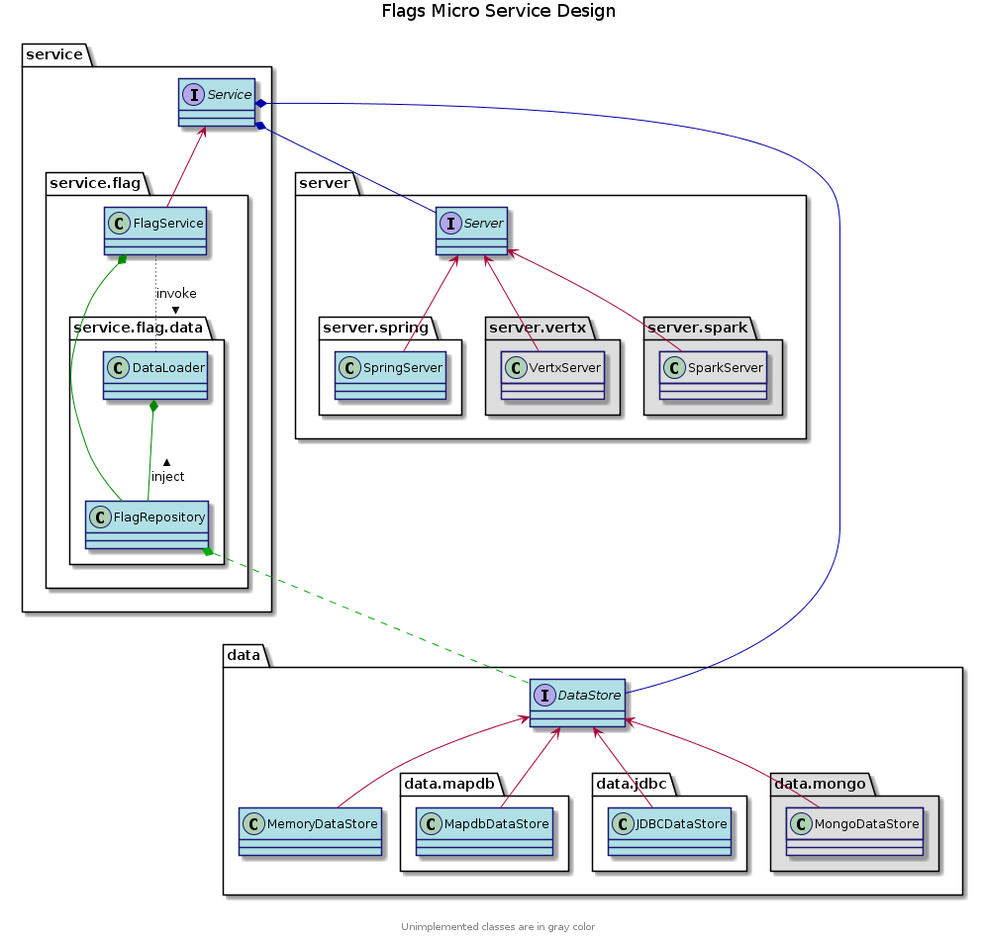
The PlantUML diagram flags.png in hackorama/flagdesign, before a commit.
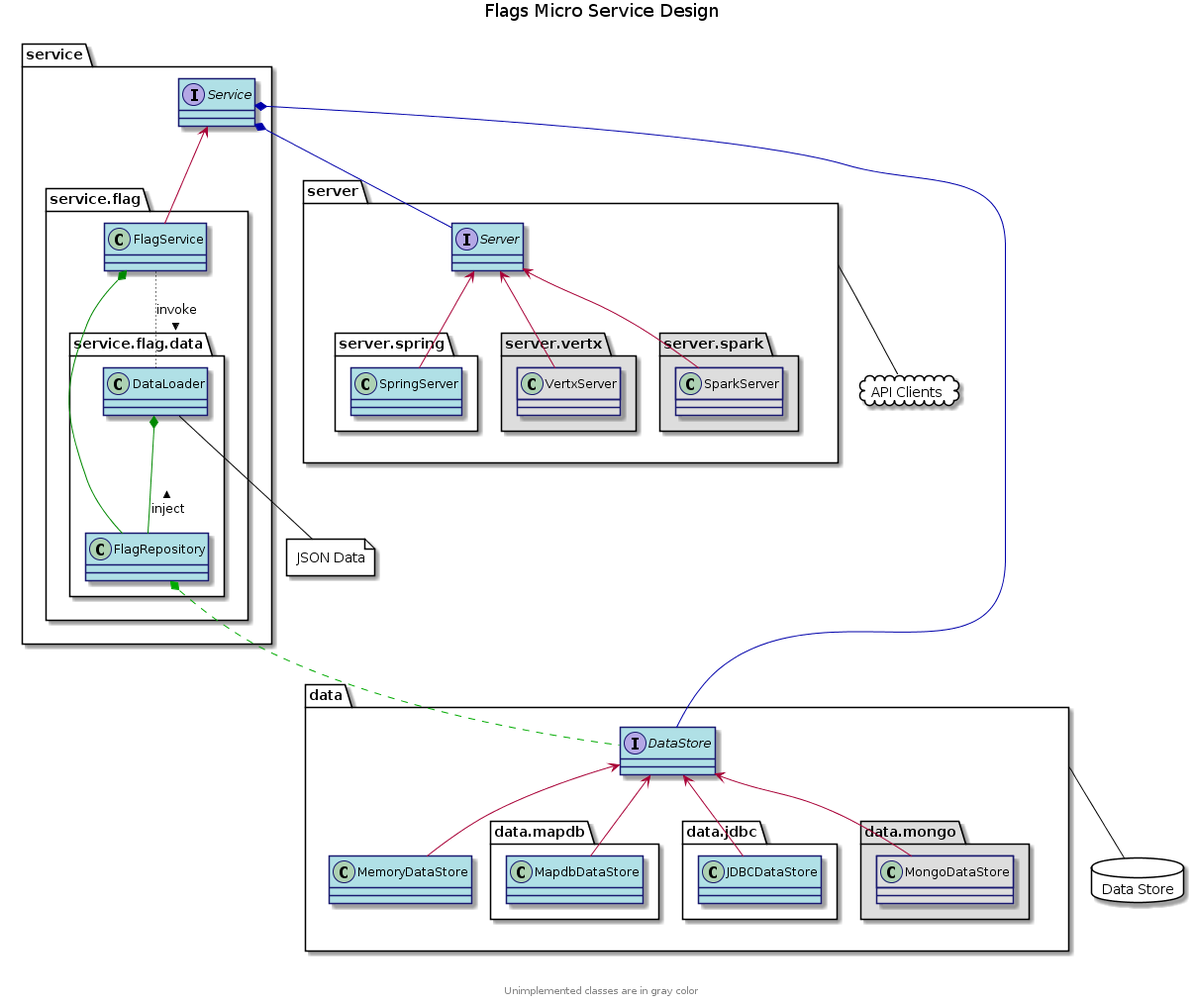
After the commit.

Commit message:
Adding external modules

What changed in the source:
```diff
@@ -1,12 +1,16 @@
 @startuml
 
 skinparam {
-  InterfaceBackgroundColor #FF0000
-  InterfaceBorderColor #00FF00
-
   ClassBackgroundColor powderBlue
   ClassBorderColor midnightBlue
 }
+
+allow_mixing
+
+title
+  Flags Micro Service Design
+end title
+
 
 package service {
   interface Service
@@ -20,6 +24,7 @@
     }
   }
 }
+
 
 package server {
   interface Server
@@ -38,6 +43,7 @@
 }
 
 
+
 package data {
   interface DataStore
 
@@ -54,6 +60,14 @@
   }
 }
 
+
+database "Data Store" #FFFFFF
+
+file "JSON Data" #FFFFFF
+
+cloud "API Clients" #FFFFFF
+
+
 Service <-- FlagService
 
 Server <-- SpringServer
@@ -65,7 +79,6 @@
 DataStore <-- JDBCDataStore
 DataStore <-- MongoDataStore
 
-
 FlagService *-[#008800]- FlagRepository
 FlagService -[#000000,dotted]- DataLoader : invoke >
 DataLoader *-[#008800]- FlagRepository : inject <
@@ -74,9 +87,9 @@
 Service *-[#0000AA]- Server
 Service *-[#0000AA]- DataStore
 
-title
-  Flags Micro Service Design
-end title
+DataLoader -[#000000]- "JSON Data"
+data -[#000000]- "Data Store"
+server -[#000000]- "API Clients"
 
 footer
   Unimplemented classes are in <color:gray>gray</color> color
```
